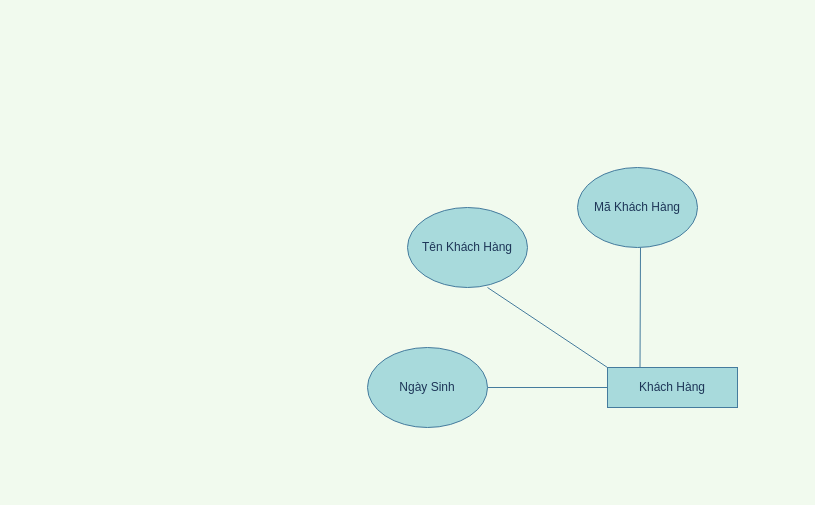
Before: Untitled Diagram.drawio in maialino123/QLKS, a draw.io diagram. Source tidied: cells renumbered, new cells numbered last; positions are measured from the earlier drawing's top-left corner, leaving out a move shared by most shapes. Both pictures are drawn from the tidied source at 100%, with x=0, y=0 at pixel (367, 167).
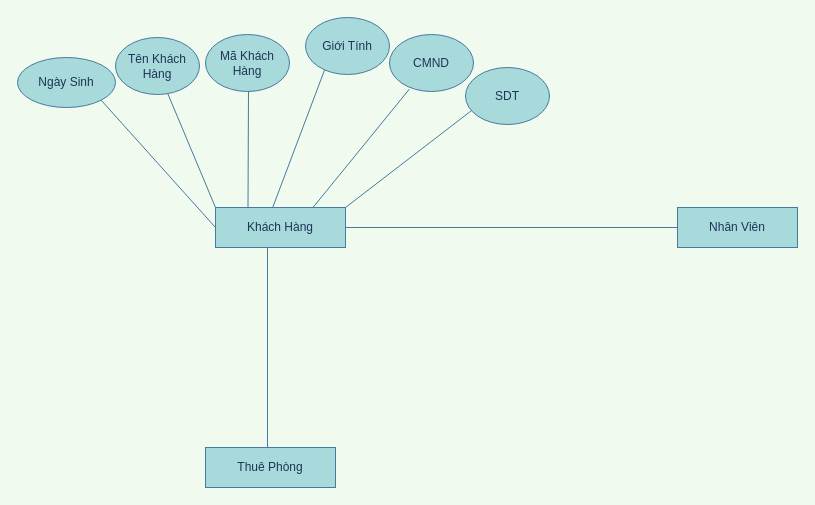
Above is the later version.

Diff of the diagram source:
```diff
@@
     <mxCell id="2" value="Khách Hàng" style="rounded=0;whiteSpace=wrap;html=1;sketch=0;strokeColor=#457B9D;fillColor=#A8DADC;fontColor=#1D3557;" parent="1" vertex="1">
-      <mxGeometry x="240" y="200" width="130" height="40" as="geometry" />
+      <mxGeometry x="-152" y="40" width="130" height="40" as="geometry" />
     </mxCell>
-    <mxCell id="3" style="endArrow=none;html=1;strokeColor=#457B9D;fillColor=#A8DADC;fontColor=#1D3557;exitX=0;exitY=0;exitDx=0;exitDy=0;" parent="1" edge="1" source="2">
-      <mxGeometry relative="1" as="geometry">
-        <mxPoint x="120" y="120" as="targetPoint" />
-      </mxGeometry>
+    <mxCell id="3" style="endArrow=none;html=1;strokeColor=#457B9D;fillColor=#A8DADC;fontColor=#1D3557;exitX=0;exitY=0;exitDx=0;exitDy=0;entryX=0.621;entryY=0.98;entryDx=0;entryDy=0;entryPerimeter=0;" parent="1" edge="1" source="2" target="7">
+      <mxGeometry relative="1" as="geometry" />
     </mxCell>
-    <mxCell id="4" style="endArrow=none;html=1;strokeColor=#457B9D;fillColor=#A8DADC;fontColor=#1D3557;" parent="1" edge="1">
+    <mxCell id="4" style="endArrow=none;html=1;strokeColor=#457B9D;fillColor=#A8DADC;fontColor=#1D3557;entryX=1;entryY=1;entryDx=0;entryDy=0;" parent="1" edge="1" target="8">
       <mxGeometry relative="1" as="geometry">
-        <mxPoint x="240" y="220" as="sourcePoint" />
-        <mxPoint x="120" y="220" as="targetPoint" />
+        <mxPoint x="-152" y="60" as="sourcePoint" />
       </mxGeometry>
     </mxCell>
     <mxCell id="5" style="endArrow=none;html=1;strokeColor=#457B9D;fillColor=#A8DADC;fontColor=#1D3557;exitX=0.25;exitY=0;exitDx=0;exitDy=0;" parent="1" edge="1" source="2">
       <mxGeometry relative="1" as="geometry">
-        <mxPoint x="273" y="80" as="targetPoint" />
+        <mxPoint x="-119" y="-80" as="targetPoint" />
       </mxGeometry>
     </mxCell>
     <mxCell id="6" value="Mã Khách Hàng" style="ellipse;whiteSpace=wrap;html=1;rounded=0;sketch=0;strokeColor=#457B9D;fillColor=#A8DADC;fontColor=#1D3557;" parent="1" vertex="1">
-      <mxGeometry x="210" width="120" height="80" as="geometry" />
+      <mxGeometry x="-162" y="-133" width="84" height="57" as="geometry" />
     </mxCell>
     <mxCell id="7" value="Tên Khách Hàng" style="ellipse;whiteSpace=wrap;html=1;rounded=0;sketch=0;strokeColor=#457B9D;fillColor=#A8DADC;fontColor=#1D3557;" parent="1" vertex="1">
-      <mxGeometry x="40" y="40" width="120" height="80" as="geometry" />
+      <mxGeometry x="-252" y="-130" width="84" height="57" as="geometry" />
     </mxCell>
     <mxCell id="8" value="Ngày Sinh" style="ellipse;whiteSpace=wrap;html=1;rounded=0;sketch=0;strokeColor=#457B9D;fillColor=#A8DADC;fontColor=#1D3557;" parent="1" vertex="1">
-      <mxGeometry y="180" width="120" height="80" as="geometry" />
+      <mxGeometry x="-350" y="-110" width="98" height="50" as="geometry" />
     </mxCell>
+    <mxCell id="9" style="endArrow=none;html=1;strokeColor=#457B9D;fillColor=#A8DADC;fontColor=#1D3557;entryX=0.44;entryY=0;entryDx=0;entryDy=0;entryPerimeter=0;" parent="1" edge="1" target="2">
+      <mxGeometry relative="1" as="geometry">
+        <mxPoint x="-42" y="-100" as="sourcePoint" />
+      </mxGeometry>
+    </mxCell>
+    <mxCell id="10" value="Giới Tính" style="ellipse;whiteSpace=wrap;html=1;rounded=0;sketch=0;strokeColor=#457B9D;fillColor=#A8DADC;fontColor=#1D3557;" parent="1" vertex="1">
+      <mxGeometry x="-62" y="-150" width="84" height="57" as="geometry" />
+    </mxCell>
+    <mxCell id="11" style="endArrow=none;html=1;strokeColor=#457B9D;fillColor=#A8DADC;fontColor=#1D3557;entryX=0.75;entryY=0;entryDx=0;entryDy=0;exitX=0.236;exitY=0.959;exitDx=0;exitDy=0;exitPerimeter=0;" parent="1" edge="1" source="12" target="2">
+      <mxGeometry relative="1" as="geometry" />
+    </mxCell>
+    <mxCell id="12" value="CMND" style="ellipse;whiteSpace=wrap;html=1;rounded=0;sketch=0;strokeColor=#457B9D;fillColor=#A8DADC;fontColor=#1D3557;" parent="1" vertex="1">
+      <mxGeometry x="22" y="-133" width="84" height="57" as="geometry" />
+    </mxCell>
+    <mxCell id="13" style="endArrow=none;html=1;strokeColor=#457B9D;fillColor=#A8DADC;fontColor=#1D3557;entryX=1;entryY=0;entryDx=0;entryDy=0;" parent="1" edge="1" target="2">
+      <mxGeometry relative="1" as="geometry">
+        <mxPoint x="108" y="-60" as="sourcePoint" />
+      </mxGeometry>
+    </mxCell>
+    <mxCell id="14" value="SDT" style="ellipse;whiteSpace=wrap;html=1;rounded=0;sketch=0;strokeColor=#457B9D;fillColor=#A8DADC;fontColor=#1D3557;" parent="1" vertex="1">
+      <mxGeometry x="98" y="-100" width="84" height="57" as="geometry" />
+    </mxCell>
+    <mxCell id="15" style="endArrow=none;html=1;strokeColor=#457B9D;fillColor=#A8DADC;fontColor=#1D3557;exitX=1;exitY=0.5;exitDx=0;exitDy=0;" parent="1" edge="1" source="2">
+      <mxGeometry relative="1" as="geometry">
+        <mxPoint x="310" y="60" as="targetPoint" />
+      </mxGeometry>
+    </mxCell>
+    <mxCell id="16" value="Nhân Viên" style="rounded=0;whiteSpace=wrap;html=1;sketch=0;strokeColor=#457B9D;fillColor=#A8DADC;fontColor=#1D3557;" parent="1" vertex="1">
+      <mxGeometry x="310" y="40" width="120" height="40" as="geometry" />
+    </mxCell>
+    <mxCell id="17" style="endArrow=none;html=1;strokeColor=#457B9D;fillColor=#A8DADC;fontColor=#1D3557;entryX=0.4;entryY=1;entryDx=0;entryDy=0;entryPerimeter=0;" parent="1" edge="1" target="2">
+      <mxGeometry relative="1" as="geometry">
+        <mxPoint x="-100" y="280" as="sourcePoint" />
+      </mxGeometry>
+    </mxCell>
+    <mxCell id="18" value="Thuê Phòng" style="rounded=0;whiteSpace=wrap;html=1;sketch=0;strokeColor=#457B9D;fillColor=#A8DADC;fontColor=#1D3557;" parent="1" vertex="1">
+      <mxGeometry x="-162" y="280" width="130" height="40" as="geometry" />
+    </mxCell>
```
